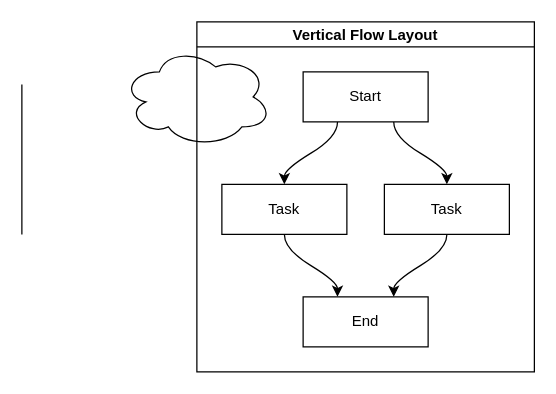
Before: test.drawio in henderson2k/scratch, a draw.io diagram. Source tidied: cells renumbered, new cells numbered last; positions are measured from the earlier drawing's top-left corner, leaving out a move shared by most shapes. Both pictures are drawn from the tidied source at 125%, with x=0, y=0 at pixel (21, 21).
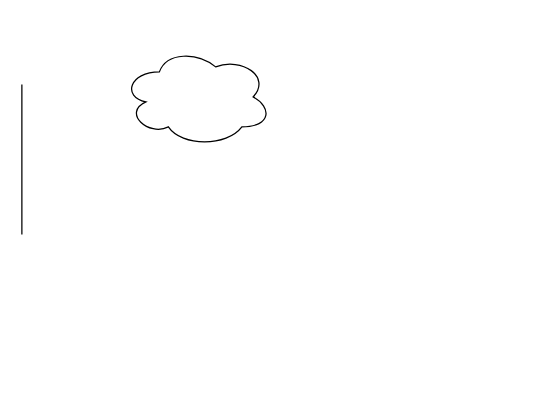
After the change.

Change to the diagram source:
```diff
@@
-    <mxCell id="4" value="Vertical Flow Layout" style="swimlane;startSize=20;horizontal=1;flowOrientation=north;interRankCellSpacing=50;containerType=tree;" parent="1" vertex="1">
-      <mxGeometry x="140" width="270" height="280" as="geometry" />
-    </mxCell>
-    <mxCell id="5" value="Start" style="whiteSpace=wrap;html=1;" parent="4" vertex="1">
-      <mxGeometry x="85" y="40" width="100" height="40" as="geometry" />
-    </mxCell>
-    <mxCell id="6" value="Task" style="whiteSpace=wrap;html=1;" parent="4" vertex="1">
-      <mxGeometry x="20" y="130" width="100" height="40" as="geometry" />
-    </mxCell>
-    <mxCell id="7" style="html=1;curved=1;noEdgeStyle=1;orthogonal=1;" parent="4" edge="1" source="5" target="6">
-      <mxGeometry relative="1" as="geometry">
-        <Array as="points">
-          <mxPoint x="112.5" y="92" />
-          <mxPoint x="70" y="118" />
-        </Array>
-      </mxGeometry>
-    </mxCell>
-    <mxCell id="8" value="Task" style="whiteSpace=wrap;html=1;" parent="4" vertex="1">
-      <mxGeometry x="150" y="130" width="100" height="40" as="geometry" />
-    </mxCell>
-    <mxCell id="9" style="html=1;curved=1;noEdgeStyle=1;orthogonal=1;" parent="4" edge="1" source="5" target="8">
-      <mxGeometry relative="1" as="geometry">
-        <Array as="points">
-          <mxPoint x="157.5" y="92" />
-          <mxPoint x="200" y="118" />
-        </Array>
-      </mxGeometry>
-    </mxCell>
-    <mxCell id="10" value="End" style="whiteSpace=wrap;html=1;" parent="4" vertex="1">
-      <mxGeometry x="85" y="220" width="100" height="40" as="geometry" />
-    </mxCell>
-    <mxCell id="11" style="html=1;curved=1;noEdgeStyle=1;orthogonal=1;" parent="4" edge="1" source="6" target="10">
-      <mxGeometry relative="1" as="geometry">
-        <Array as="points">
-          <mxPoint x="70" y="182" />
-          <mxPoint x="112.5" y="208" />
-        </Array>
-      </mxGeometry>
-    </mxCell>
-    <mxCell id="12" style="html=1;curved=1;noEdgeStyle=1;orthogonal=1;" parent="4" edge="1" source="8" target="10">
-      <mxGeometry relative="1" as="geometry">
-        <Array as="points">
-          <mxPoint x="200" y="182" />
-          <mxPoint x="157.5" y="208" />
-        </Array>
-      </mxGeometry>
-    </mxCell>
```
